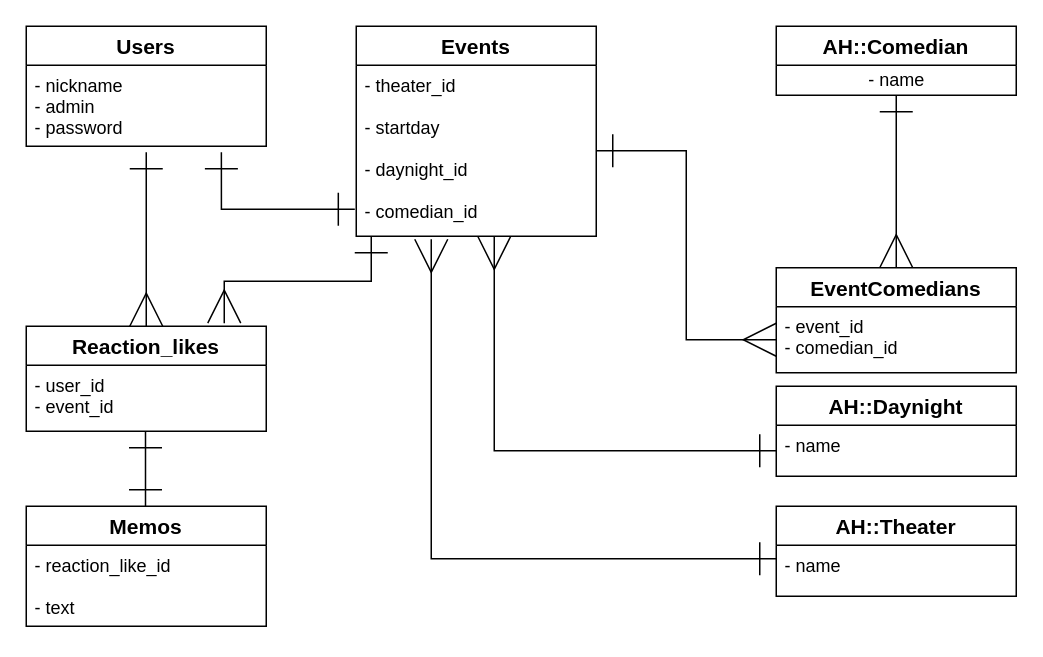
The draw.io diagram zabuton_dayori_new.dio in saotome88/zabuton_dayori, before the edit. Source tidied: cells renumbered, new cells numbered last; positions are measured from the earlier drawing's top-left corner, leaving out a move shared by most shapes. Both pictures are drawn from the tidied source at 150%, with x=0, y=0 at pixel (26, 26).
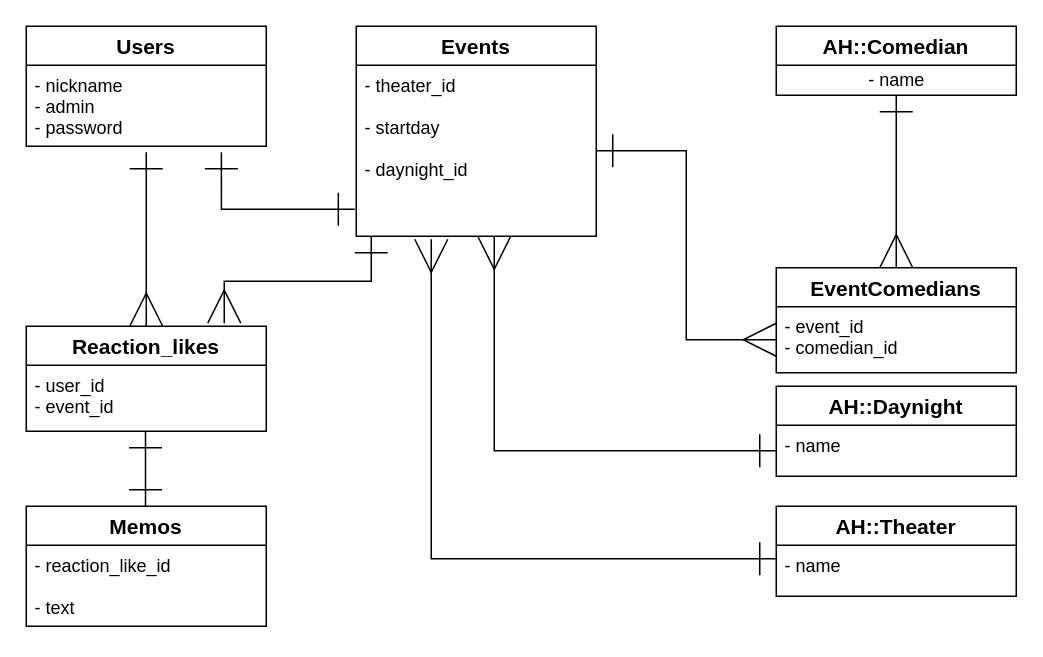
Above is the later version.

Commit message:
管理者投稿:ER図の修正

The change refers to these unchanged cells:
```xml
<mxCell id="4" value="Events" style="swimlane;fontStyle=1;horizontal=1;startSize=26;align=center;fontSize=14;" parent="1" vertex="1">
  <mxGeometry x="220" width="160" height="140" as="geometry" />
</mxCell>
```

Diff of the diagram source:
```diff
@@
-    <mxCell id="5" value="- theater_id&#10;&#10;- startday&#10;&#10;- daynight_id&#10;&#10;- comedian_id" style="text;strokeColor=none;fillColor=none;spacingLeft=4;spacingRight=4;overflow=hidden;points=[[0,0.5],[1,0.5]];portConstraint=eastwest;fontSize=12;" parent="4" vertex="1">
+    <mxCell id="5" value="- theater_id&#10;&#10;- startday&#10;&#10;- daynight_id" style="text;strokeColor=none;fillColor=none;spacingLeft=4;spacingRight=4;overflow=hidden;points=[[0,0.5],[1,0.5]];portConstraint=eastwest;fontSize=12;" parent="4" vertex="1">
       <mxGeometry y="26" width="160" height="114" as="geometry" />
     </mxCell>
```
